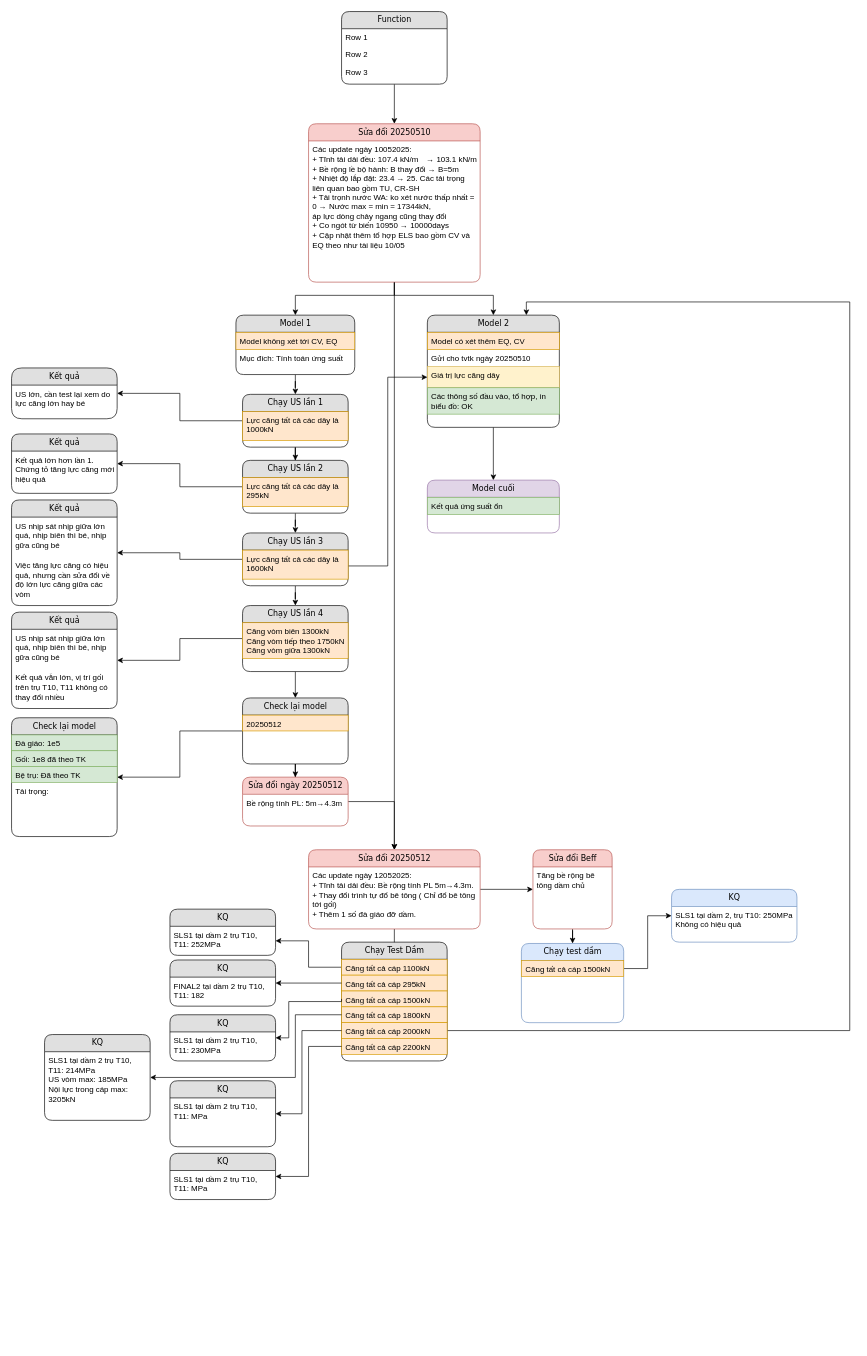
Before: An Dong Br/Process.drawio in nnh92/Home-Works, a draw.io diagram. Source tidied: cells renumbered, new cells numbered last; positions are measured from the earlier drawing's top-left corner, leaving out a move shared by most shapes. Both pictures are drawn from the tidied source at 66%, with x=0, y=0 at pixel (11, 11).
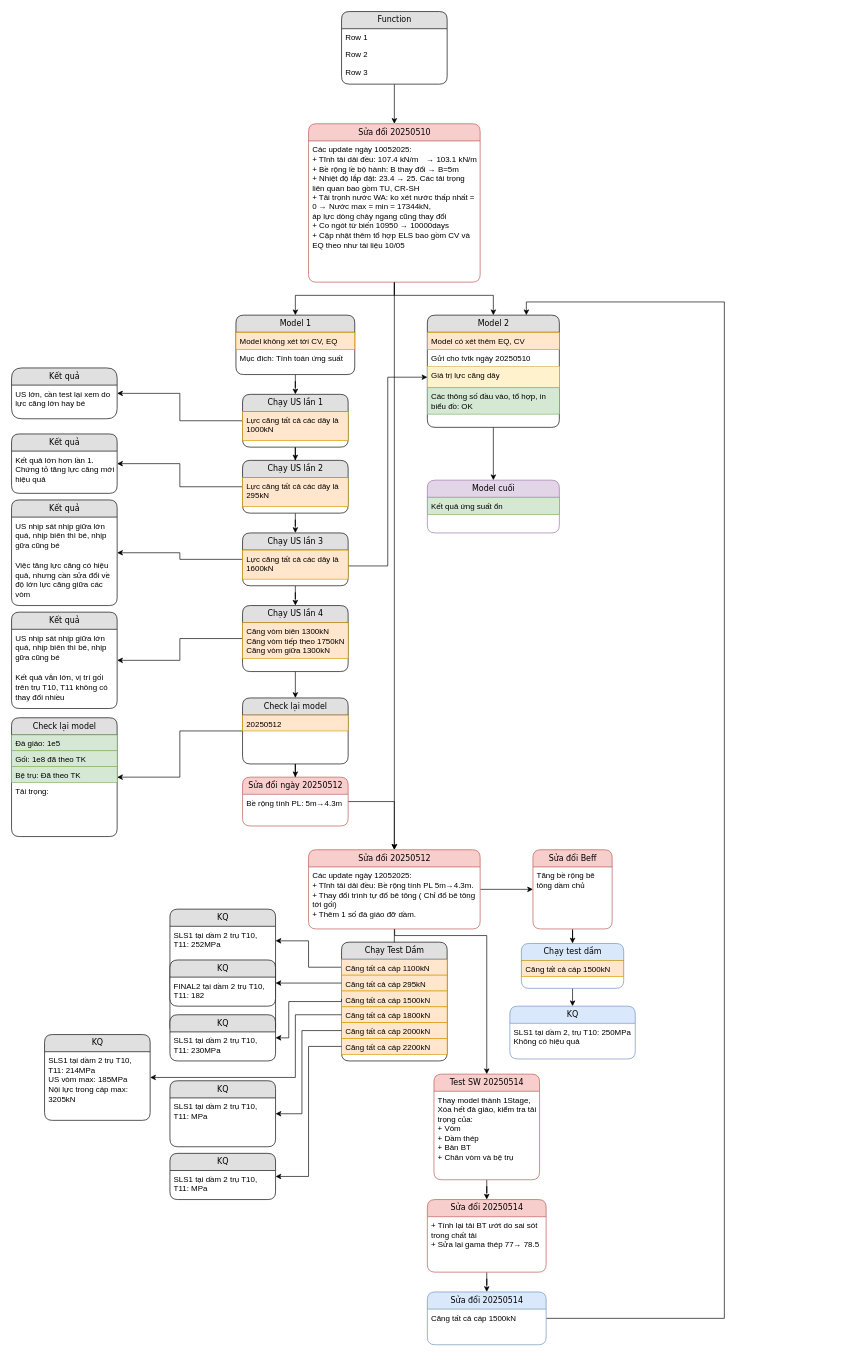
The same page after the edit.

Commit message:
Cập nhật Process.drawio

The change refers to these unchanged cells:
```xml
<mxCell id="34" value="Model 2" style="swimlane;html=1;fontStyle=0;horizontal=1;startSize=26;fillColor=#e0e0e0;swimlaneFillColor=#ffffff;align=center;rounded=1;shadow=0;comic=0;labelBackgroundColor=none;strokeWidth=1;fontFamily=Verdana;fontSize=12;" parent="1" vertex="1">
  <mxGeometry x="630" y="460" width="200" height="170" as="geometry" />
</mxCell>
<mxCell id="66" value="&lt;div&gt;Các update ngày 12052025:&lt;/div&gt;&lt;div&gt;+ Tĩnh tải dải đều: Bề rộng tính PL 5m→4.3m.&lt;/div&gt;&lt;div&gt;+ Thay đổi trình tự đổ bê tông ( Chỉ đổ bê tông tới gối)&lt;/div&gt;&lt;div&gt;+ Thêm 1 số đà giáo đỡ dầm.&lt;/div&gt;" style="text;html=1;strokeColor=none;fillColor=none;spacingLeft=4;spacingRight=4;whiteSpace=wrap;overflow=hidden;points=[[0,0.5],[1,0.5]];portConstraint=eastwest;" parent="65" vertex="1">
  <mxGeometry y="26" width="260" height="94" as="geometry" />
</mxCell>
<mxCell id="74" value="Căng tất cả cáp 2000kN" style="text;html=1;strokeColor=#d79b00;fillColor=#ffe6cc;spacingLeft=4;spacingRight=4;whiteSpace=wrap;overflow=hidden;points=[[0,0.5],[1,0.5]];portConstraint=eastwest;" parent="69" vertex="1">
  <mxGeometry y="122" width="160" height="24" as="geometry" />
</mxCell>
<mxCell id="90" value="&lt;div&gt;Căng tất cả cáp 1500kN&lt;/div&gt;" style="text;html=1;strokeColor=#d79b00;fillColor=#ffe6cc;spacingLeft=4;spacingRight=4;whiteSpace=wrap;overflow=hidden;points=[[0,0.5],[1,0.5]];portConstraint=eastwest;" parent="89" vertex="1">
  <mxGeometry y="26" width="155" height="24" as="geometry" />
</mxCell>
```

The edit, as a diff of the source:
```diff
@@
+    <mxCell id="101" style="edgeStyle=orthogonalEdgeStyle;rounded=0;jettySize=auto;html=1;exitX=0.502;exitY=1;exitDx=0;exitDy=0;exitPerimeter=0;entryX=0.5;entryY=0;entryDx=0;entryDy=0;" parent="1" edge="1" source="66" target="103">
+      <mxGeometry relative="1" as="geometry">
+        <Array as="points">
+          <mxPoint x="581" y="1400" />
+          <mxPoint x="720" y="1400" />
+        </Array>
+      </mxGeometry>
+    </mxCell>
@@
-    <mxCell id="67" style="edgeStyle=orthogonalEdgeStyle;rounded=0;jettySize=auto;html=1;entryX=0.75;entryY=0;entryDx=0;entryDy=0;exitX=1;exitY=0.5;exitDx=0;exitDy=0;" parent="1" edge="1" source="74" target="34">
+    <mxCell id="67" style="edgeStyle=orthogonalEdgeStyle;rounded=0;jettySize=auto;html=1;entryX=0.75;entryY=0;entryDx=0;entryDy=0;exitX=1;exitY=0.5;exitDx=0;exitDy=0;" parent="1" edge="1" source="108" target="34">
       <mxGeometry relative="1" as="geometry">
         <Array as="points">
-          <mxPoint x="1270" y="1544" />
-          <mxPoint x="1270" y="440" />
+          <mxPoint x="1080" y="1980" />
+          <mxPoint x="1080" y="440" />
           <mxPoint x="780" y="440" />
         </Array>
       </mxGeometry>
     </mxCell>
@@
     <mxCell id="77" value="KQ" style="swimlane;html=1;fontStyle=0;horizontal=1;startSize=26;fillColor=#e0e0e0;swimlaneFillColor=#ffffff;align=center;rounded=1;shadow=0;comic=0;labelBackgroundColor=none;strokeWidth=1;fontFamily=Verdana;fontSize=12;" parent="1" vertex="1">
-      <mxGeometry x="240" y="1360" width="160" height="70" as="geometry" />
+      <mxGeometry x="240" y="1360" width="160" height="190" as="geometry" />
     </mxCell>
@@
-    <mxCell id="88" style="edgeStyle=orthogonalEdgeStyle;rounded=0;jettySize=auto;html=1;exitX=1;exitY=0.5;exitDx=0;exitDy=0;entryX=0;entryY=0.5;entryDx=0;entryDy=0;" parent="1" edge="1" source="90" target="91">
+    <mxCell id="88" style="edgeStyle=orthogonalEdgeStyle;rounded=0;jettySize=auto;html=1;exitX=0.5;exitY=1;exitDx=0;exitDy=0;entryX=0.5;entryY=0;entryDx=0;entryDy=0;" parent="1" edge="1" source="89" target="91">
       <mxGeometry relative="1" as="geometry" />
     </mxCell>
     <mxCell id="89" value="Chạy test dầm" style="swimlane;html=1;fontStyle=0;horizontal=1;startSize=26;fillColor=#dae8fc;swimlaneFillColor=#ffffff;align=center;rounded=1;shadow=0;comic=0;labelBackgroundColor=none;strokeWidth=1;fontFamily=Verdana;fontSize=12;strokeColor=#6c8ebf;" parent="1" vertex="1">
-      <mxGeometry x="772.5" y="1412" width="155" height="120" as="geometry" />
+      <mxGeometry x="772.5" y="1412" width="155" height="68" as="geometry" />
     </mxCell>
@@
     <mxCell id="91" value="KQ" style="swimlane;html=1;fontStyle=0;horizontal=1;startSize=26;fillColor=#dae8fc;swimlaneFillColor=#ffffff;align=center;rounded=1;shadow=0;comic=0;labelBackgroundColor=none;strokeWidth=1;fontFamily=Verdana;fontSize=12;strokeColor=#6c8ebf;" parent="1" vertex="1">
-      <mxGeometry x="1000" y="1330" width="190" height="80" as="geometry" />
+      <mxGeometry x="755" y="1507" width="190" height="80" as="geometry" />
     </mxCell>
@@
+    <mxCell id="102" style="edgeStyle=orthogonalEdgeStyle;rounded=0;jettySize=auto;html=1;" parent="1" edge="1" source="103" target="106">
+      <mxGeometry relative="1" as="geometry" />
+    </mxCell>
+    <mxCell id="103" value="Test SW 20250514" style="swimlane;html=1;fontStyle=0;horizontal=1;startSize=26;fillColor=#f8cecc;swimlaneFillColor=#ffffff;align=center;rounded=1;shadow=0;comic=0;labelBackgroundColor=none;strokeWidth=1;fontFamily=Verdana;fontSize=12;strokeColor=#b85450;" parent="1" vertex="1">
+      <mxGeometry x="640" y="1610" width="160" height="160" as="geometry" />
+    </mxCell>
+    <mxCell id="104" value="Thay model thành 1Stage,&lt;div&gt;Xóa hết đà giáo, kiểm tra tải trọng của:&lt;/div&gt;&lt;div&gt;+ Vòm&lt;/div&gt;&lt;div&gt;+ Dầm thép&lt;/div&gt;&lt;div&gt;+ Bản BT&lt;/div&gt;&lt;div&gt;+ Chân vòm và bệ trụ&lt;/div&gt;" style="text;html=1;strokeColor=none;fillColor=none;spacingLeft=4;spacingRight=4;whiteSpace=wrap;overflow=hidden;" parent="103" vertex="1">
+      <mxGeometry y="26" width="160" height="124" as="geometry" />
+    </mxCell>
+    <mxCell id="105" style="edgeStyle=orthogonalEdgeStyle;rounded=0;jettySize=auto;html=1;" parent="1" edge="1" source="106" target="108">
+      <mxGeometry relative="1" as="geometry" />
+    </mxCell>
+    <mxCell id="106" value="Sửa đổi 20250514" style="swimlane;html=1;fontStyle=0;horizontal=1;startSize=26;fillColor=#f8cecc;swimlaneFillColor=#ffffff;align=center;rounded=1;shadow=0;comic=0;labelBackgroundColor=none;strokeWidth=1;fontFamily=Verdana;fontSize=12;strokeColor=#b85450;" parent="1" vertex="1">
+      <mxGeometry x="630" y="1800" width="180" height="110" as="geometry" />
+    </mxCell>
+    <mxCell id="107" value="+ Tính lại tải BT ướt do sai sót trong chất tải&lt;div&gt;+ Sửa lại gama thép 77→ 78.5&lt;/div&gt;" style="text;html=1;strokeColor=none;fillColor=none;spacingLeft=4;spacingRight=4;whiteSpace=wrap;overflow=hidden;" parent="106" vertex="1">
+      <mxGeometry y="26" width="180" height="84" as="geometry" />
+    </mxCell>
+    <mxCell id="108" value="Sửa đổi 20250514" style="swimlane;html=1;fontStyle=0;horizontal=1;startSize=26;fillColor=#dae8fc;swimlaneFillColor=#ffffff;align=center;rounded=1;shadow=0;comic=0;labelBackgroundColor=none;strokeWidth=1;fontFamily=Verdana;fontSize=12;strokeColor=#6c8ebf;" parent="1" vertex="1">
+      <mxGeometry x="630" y="1940" width="180" height="80" as="geometry" />
+    </mxCell>
+    <mxCell id="109" value="Căng tất cả cáp 1500kN" style="text;html=1;strokeColor=none;fillColor=none;spacingLeft=4;spacingRight=4;whiteSpace=wrap;overflow=hidden;" parent="108" vertex="1">
+      <mxGeometry y="26" width="180" height="24" as="geometry" />
+    </mxCell>
```
